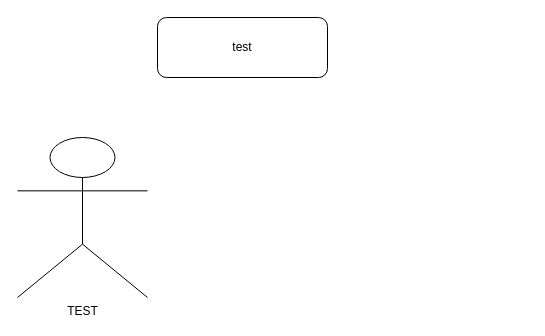
ChihLin8168/newDrawio keeps this draw.io diagram as ServiceStructure.drawio. Above is the earlier version. Source tidied: cells renumbered, new cells numbered last; positions are measured from the earlier drawing's top-left corner, leaving out a move shared by most shapes. Both pictures are drawn from the tidied source at 100%, with x=0, y=0 at pixel (17, 17).
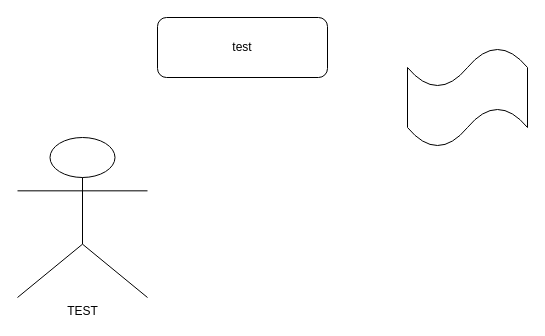
After the change.

Diff of the diagram source:
```diff
@@
 <mxGraphModel>
   <root>
     <mxCell id="0" />
     <mxCell id="1" parent="0" />
     <mxCell id="2" value="test" style="rounded=1;whiteSpace=wrap;html=1;" parent="1" vertex="1">
       <mxGeometry x="140" width="170" height="60" as="geometry" />
     </mxCell>
+    <mxCell id="4" style="shape=tape;whiteSpace=wrap;html=1;" parent="1" vertex="1">
+      <mxGeometry x="390" y="30" width="120" height="100" as="geometry" />
+    </mxCell>
     <mxCell id="3" value="TEST" style="shape=umlActor;verticalLabelPosition=bottom;verticalAlign=top;html=1;" parent="1" vertex="1">
       <mxGeometry y="120" width="130" height="160" as="geometry" />
     </mxCell>
   </root>
 </mxGraphModel>
```
